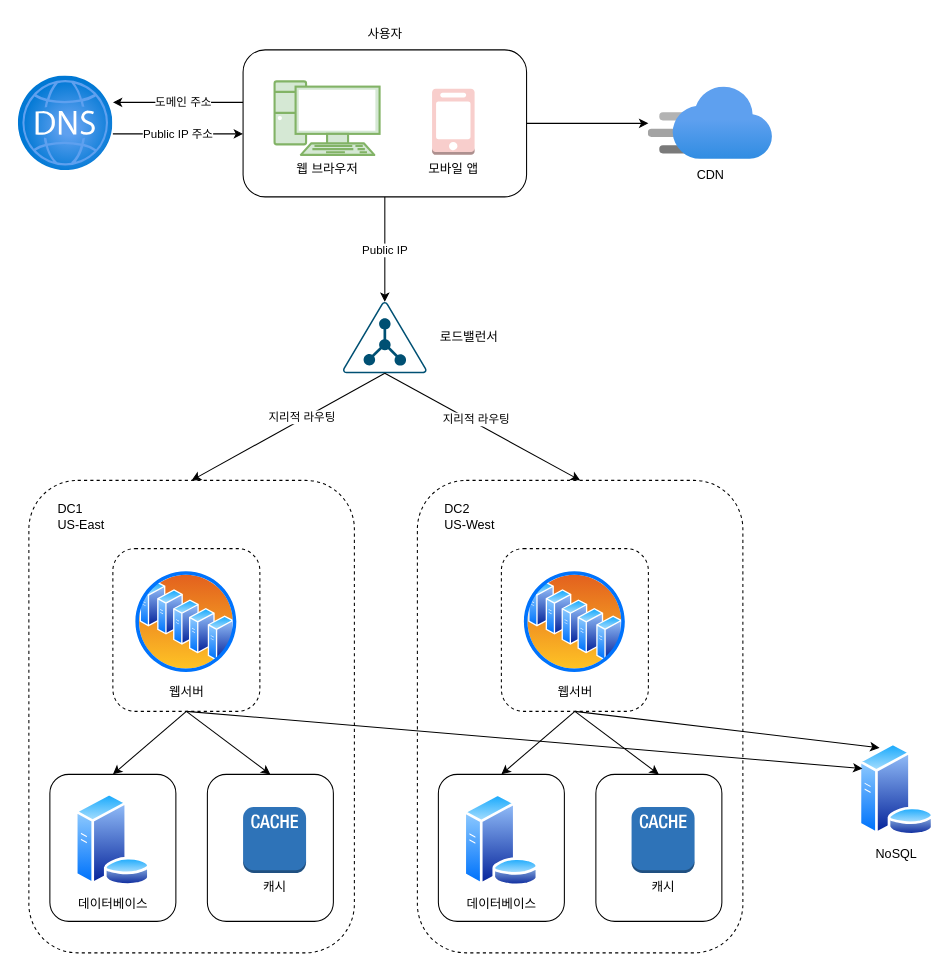
Above: 데이터센터.drawio in aquaheyday/Drawio (draw.io), before the change. Source tidied: cells renumbered, new cells numbered last; positions are measured from the earlier drawing's top-left corner, leaving out a move shared by most shapes. Both pictures are drawn from the tidied source at 105%, with x=0, y=0 at pixel (18, 18).
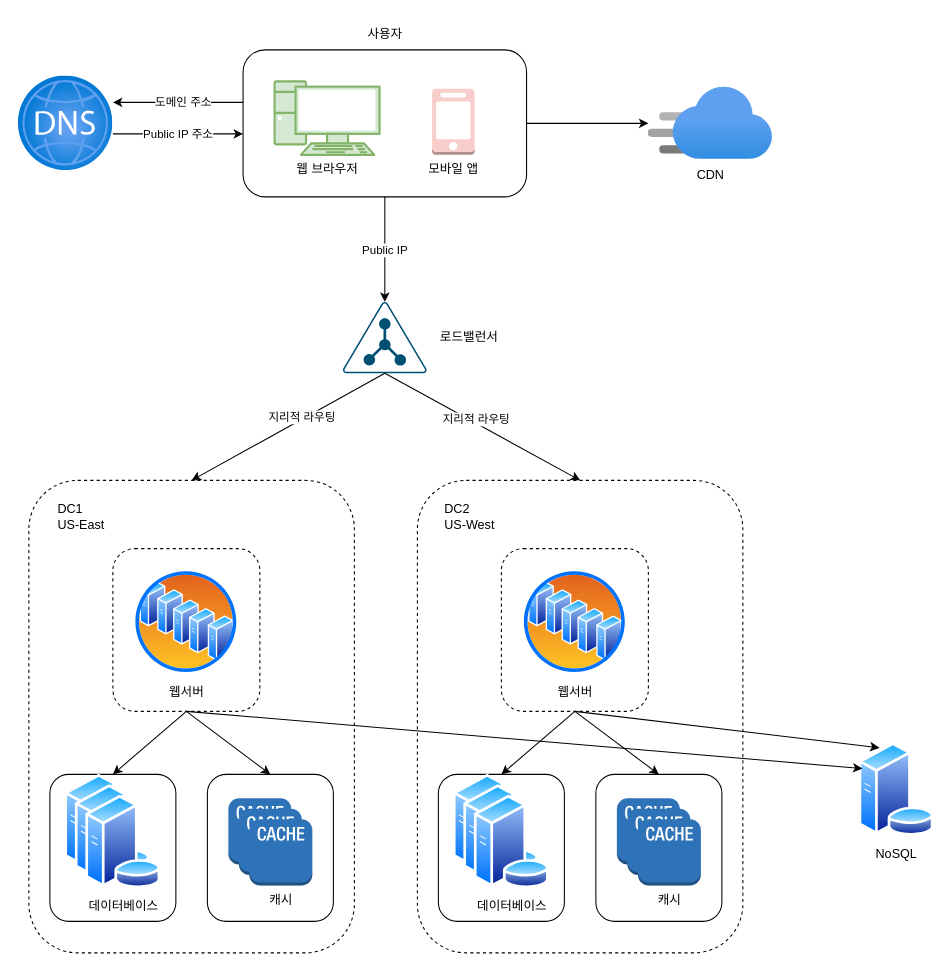
Above is the later version.

Commit message:
데이터센터.drawio 업데이트

The edit, as a diff of the source:
```diff
@@
-    <mxCell id="21" value="데이터베이스" style="image;perimeter=ellipsePerimeter;html=1;align=center;shadow=0;dashed=0;spacingTop=3;image=img/lib/active_directory/database_server.svg;" parent="1" vertex="1">
-      <mxGeometry x="53.6" y="737.8" width="72.7" height="88.7" as="geometry" />
+    <mxCell id="21" style="image;perimeter=ellipsePerimeter;html=1;align=center;shadow=0;dashed=0;spacingTop=3;image=img/lib/active_directory/database_server.svg;" parent="1" vertex="1">
+      <mxGeometry x="43.6" y="720" width="72.7" height="88.7" as="geometry" />
     </mxCell>
@@
-    <mxCell id="23" value="캐시" style="dashed=0;verticalLabelPosition=bottom;verticalAlign=top;align=center;html=1;shape=mxgraph.aws3.cache_node;fillColor=#2E73B8;gradientColor=none;" parent="1" vertex="1">
-      <mxGeometry x="214" y="751" width="60" height="63" as="geometry" />
+    <mxCell id="23" style="dashed=0;verticalLabelPosition=bottom;verticalAlign=top;align=center;html=1;shape=mxgraph.aws3.cache_node;fillColor=#2E73B8;gradientColor=none;" parent="1" vertex="1">
+      <mxGeometry x="200" y="742.8" width="60" height="63" as="geometry" />
     </mxCell>
@@
-    <mxCell id="28" value="데이터베이스" style="image;perimeter=ellipsePerimeter;html=1;align=center;shadow=0;dashed=0;spacingTop=3;image=img/lib/active_directory/database_server.svg;" parent="1" vertex="1">
-      <mxGeometry x="423.6" y="738.2" width="72.7" height="88.7" as="geometry" />
-    </mxCell>
@@
-    <mxCell id="30" value="캐시" style="dashed=0;verticalLabelPosition=bottom;verticalAlign=top;align=center;html=1;shape=mxgraph.aws3.cache_node;fillColor=#2E73B8;gradientColor=none;" parent="1" vertex="1">
-      <mxGeometry x="584" y="751" width="60" height="63" as="geometry" />
+    <mxCell id="30" style="dashed=0;verticalLabelPosition=bottom;verticalAlign=top;align=center;html=1;shape=mxgraph.aws3.cache_node;fillColor=#2E73B8;gradientColor=none;" parent="1" vertex="1">
+      <mxGeometry x="570" y="742.8" width="60" height="63" as="geometry" />
     </mxCell>
@@
+    <mxCell id="43" style="image;perimeter=ellipsePerimeter;html=1;align=center;shadow=0;dashed=0;spacingTop=3;image=img/lib/active_directory/database_server.svg;" parent="1" vertex="1">
+      <mxGeometry x="53.6" y="730" width="72.7" height="88.7" as="geometry" />
+    </mxCell>
+    <mxCell id="44" value="데이터베이스" style="image;perimeter=ellipsePerimeter;html=1;align=center;shadow=0;dashed=0;spacingTop=3;image=img/lib/active_directory/database_server.svg;" parent="1" vertex="1">
+      <mxGeometry x="63.6" y="740" width="72.7" height="88.7" as="geometry" />
+    </mxCell>
+    <mxCell id="45" style="dashed=0;verticalLabelPosition=bottom;verticalAlign=top;align=center;html=1;shape=mxgraph.aws3.cache_node;fillColor=#2E73B8;gradientColor=none;" parent="1" vertex="1">
+      <mxGeometry x="210" y="752.8" width="60" height="63" as="geometry" />
+    </mxCell>
+    <mxCell id="46" value="캐시" style="dashed=0;verticalLabelPosition=bottom;verticalAlign=top;align=center;html=1;shape=mxgraph.aws3.cache_node;fillColor=#2E73B8;gradientColor=none;" parent="1" vertex="1">
+      <mxGeometry x="220" y="762.8" width="60" height="63" as="geometry" />
+    </mxCell>
+    <mxCell id="47" style="image;perimeter=ellipsePerimeter;html=1;align=center;shadow=0;dashed=0;spacingTop=3;image=img/lib/active_directory/database_server.svg;" parent="1" vertex="1">
+      <mxGeometry x="413.6" y="720" width="72.7" height="88.7" as="geometry" />
+    </mxCell>
+    <mxCell id="48" style="image;perimeter=ellipsePerimeter;html=1;align=center;shadow=0;dashed=0;spacingTop=3;image=img/lib/active_directory/database_server.svg;" parent="1" vertex="1">
+      <mxGeometry x="423.6" y="730" width="72.7" height="88.7" as="geometry" />
+    </mxCell>
+    <mxCell id="49" value="데이터베이스" style="image;perimeter=ellipsePerimeter;html=1;align=center;shadow=0;dashed=0;spacingTop=3;image=img/lib/active_directory/database_server.svg;" parent="1" vertex="1">
+      <mxGeometry x="433.6" y="740" width="72.7" height="88.7" as="geometry" />
+    </mxCell>
+    <mxCell id="50" style="dashed=0;verticalLabelPosition=bottom;verticalAlign=top;align=center;html=1;shape=mxgraph.aws3.cache_node;fillColor=#2E73B8;gradientColor=none;" parent="1" vertex="1">
+      <mxGeometry x="580" y="752.8" width="60" height="63" as="geometry" />
+    </mxCell>
+    <mxCell id="51" value="캐시" style="dashed=0;verticalLabelPosition=bottom;verticalAlign=top;align=center;html=1;shape=mxgraph.aws3.cache_node;fillColor=#2E73B8;gradientColor=none;" parent="1" vertex="1">
+      <mxGeometry x="590" y="762.8" width="60" height="63" as="geometry" />
+    </mxCell>
```
